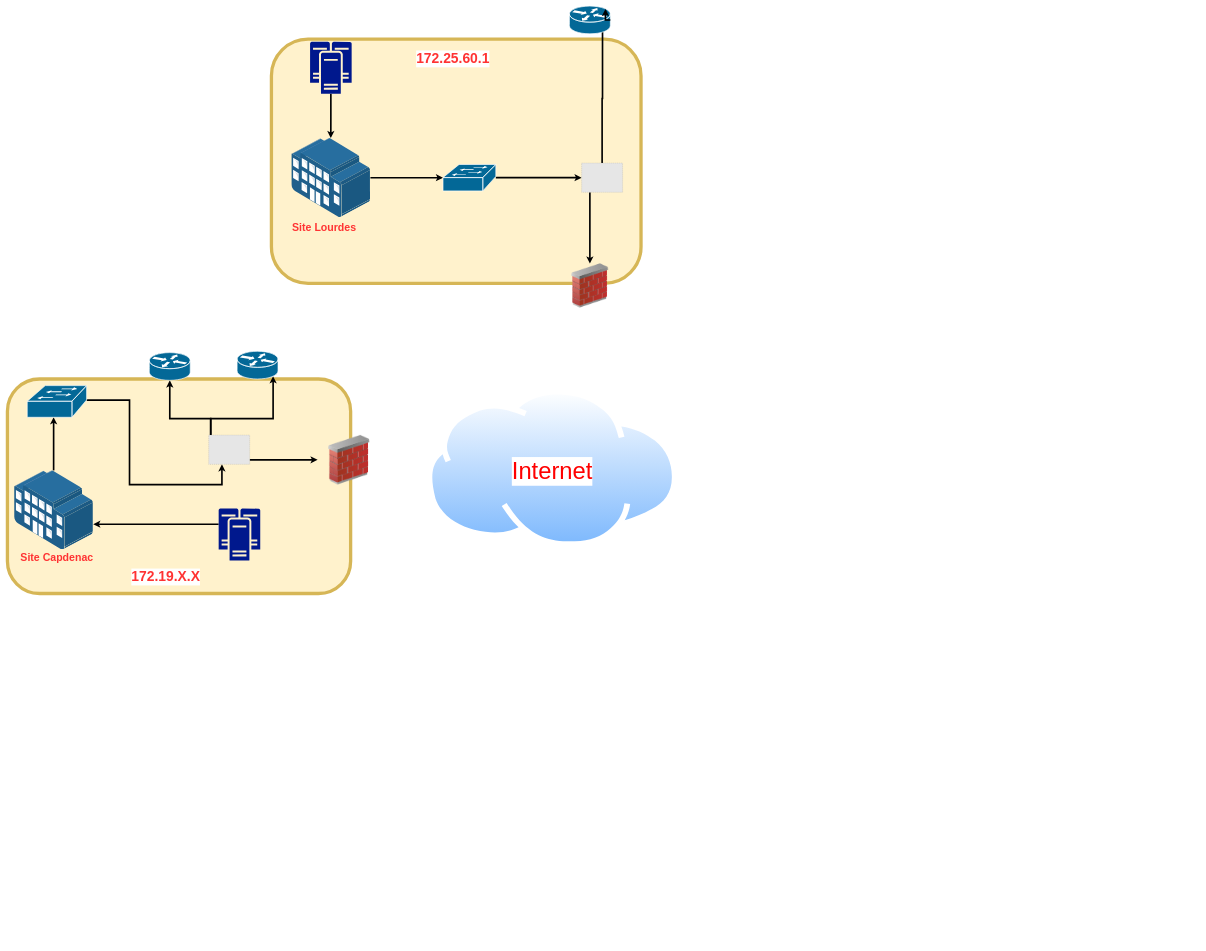
This is Topologie-Reseau-RR.drawio from TaffDEv/GitHub, a draw.io file, before an edit. Source tidied: cells renumbered, new cells numbered last; positions are measured from the earlier drawing's top-left corner, leaving out a move shared by most shapes. Both pictures are drawn from the tidied source at 33%, with x=0, y=0 at pixel (7, 6). Pictures stored in the file or linked from it are replaced by grey dashed boxes.
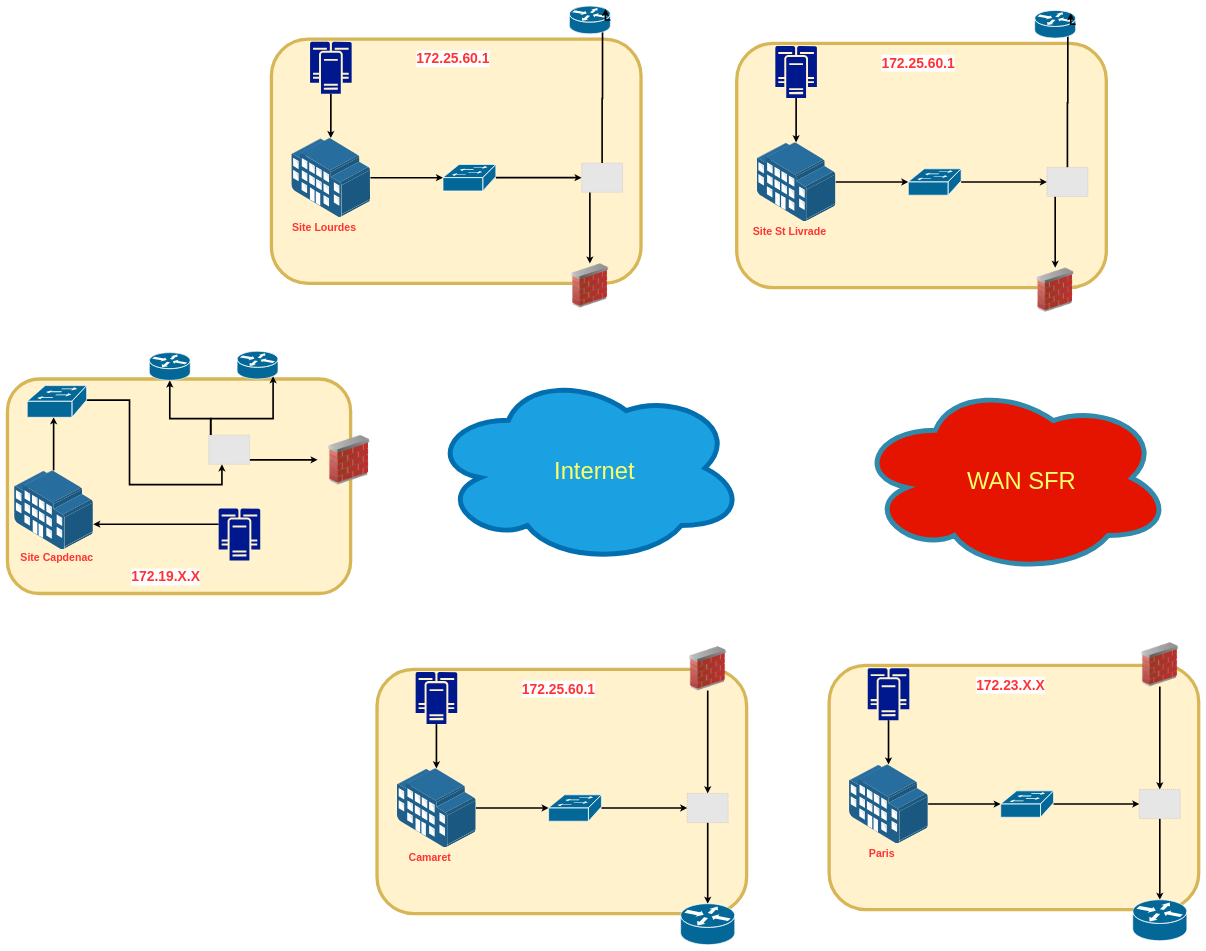
Above is the later version.

Commit message:
Update Topologie-Reseau-RR

The change refers to these unchanged cells:
```xml
<mxCell id="29" style="shape=mxgraph.cisco.routers.router;html=1;dashed=0;fillColor=#036897;strokeColor=#ffffff;strokeWidth=2;verticalLabelPosition=bottom;verticalAlign=top;align=center;outlineConnect=0;" parent="1" vertex="1">
  <mxGeometry x="1703" width="124" height="84" as="geometry" />
</mxCell>
```

Diff of the diagram source:
```diff
@@
+    <mxCell id="35" style="ellipse;shape=cloud;whiteSpace=wrap;html=1;fillColor=#e51400;strokeWidth=15;perimeterSpacing=10;fontColor=#ffffff;strokeColor=#308AAB;" parent="1" vertex="1">
+      <mxGeometry x="2573.5" y="1140" width="953" height="580" as="geometry" />
+    </mxCell>
@@
-    <mxCell id="32" style="perimeter=ellipsePerimeter;html=1;align=center;shadow=0;dashed=0;spacingTop=3;image;image=img/lib/active_directory/internet_cloud.svg;strokeWidth=10;" parent="1" vertex="1">
-      <mxGeometry x="1270" y="1160" width="761.9" height="480" as="geometry" />
-    </mxCell>
+    <mxCell id="34" style="edgeStyle=orthogonalEdgeStyle;rounded=0;orthogonalLoop=1;jettySize=auto;html=1;exitX=1;exitY=0.5;exitDx=0;exitDy=0;exitPerimeter=0;entryX=0.88;entryY=0.1;entryDx=0;entryDy=0;entryPerimeter=0;strokeWidth=5;" parent="1" edge="1" source="29" target="29">
+      <mxGeometry relative="1" as="geometry" />
+    </mxCell>
+    <mxCell id="36" style="rounded=1;whiteSpace=wrap;html=1;fillColor=#fff2cc;strokeColor=#d6b656;strokeWidth=10;" parent="1" vertex="1">
+      <mxGeometry x="2210" y="113" width="1120" height="740" as="geometry" />
+    </mxCell>
+    <mxCell id="37" style="image;html=1;image=img/lib/clip_art/networking/Firewall_02_128x128.png;strokeWidth=10;" parent="1" vertex="1">
+      <mxGeometry x="3100" y="793" width="150" height="134" as="geometry" />
+    </mxCell>
+    <mxCell id="38" style="edgeStyle=orthogonalEdgeStyle;rounded=0;jettySize=auto;html=1;strokeWidth=5;" parent="1" edge="1" source="39" target="41">
+      <mxGeometry relative="1" as="geometry" />
+    </mxCell>
+    <mxCell id="39" style="points=[];html=1;align=center;shadow=0;dashed=0;image;image=img/lib/allied_telesis/buildings/Large_Building.svg;strokeWidth=10;" parent="1" vertex="1">
+      <mxGeometry x="2270" y="413" width="240" height="240" as="geometry" />
+    </mxCell>
+    <mxCell id="40" style="edgeStyle=orthogonalEdgeStyle;rounded=0;jettySize=auto;html=1;entryX=0;entryY=0.5;entryDx=0;entryDy=0;strokeWidth=5;" parent="1" edge="1" source="41" target="44">
+      <mxGeometry relative="1" as="geometry" />
+    </mxCell>
+    <mxCell id="41" style="shape=mxgraph.cisco.switches.workgroup_switch;html=1;dashed=0;fillColor=#036897;strokeColor=#ffffff;strokeWidth=2;verticalLabelPosition=bottom;verticalAlign=top;align=center;outlineConnect=0;" parent="1" vertex="1">
+      <mxGeometry x="2730" y="493" width="160" height="80" as="geometry" />
+    </mxCell>
+    <mxCell id="42" style="edgeStyle=orthogonalEdgeStyle;rounded=0;jettySize=auto;html=1;strokeWidth=5;" parent="1" edge="1" source="44" target="37">
+      <mxGeometry relative="1" as="geometry">
+        <Array as="points">
+          <mxPoint x="3175" y="643" />
+          <mxPoint x="3175" y="643" />
+        </Array>
+      </mxGeometry>
+    </mxCell>
+    <mxCell id="43" style="edgeStyle=orthogonalEdgeStyle;rounded=0;jettySize=auto;html=1;entryX=0.809;entryY=0.635;entryDx=0;entryDy=0;entryPerimeter=0;strokeWidth=5;" parent="1" edge="1" source="44" target="47">
+      <mxGeometry relative="1" as="geometry" />
+    </mxCell>
+    <mxCell id="44" style="fillColor=#E6E6E6;strokeColor=#999999;dashed=1;verticalLabelPosition=bottom;labelBackgroundColor=#ffffff;verticalAlign=top;" parent="1" vertex="1">
+      <mxGeometry x="3150" y="488.7" width="124.1" height="88.5" as="geometry" />
+    </mxCell>
+    <mxCell id="45" style="edgeStyle=orthogonalEdgeStyle;rounded=0;jettySize=auto;html=1;strokeWidth=5;" parent="1" edge="1" source="46" target="39">
+      <mxGeometry relative="1" as="geometry" />
+    </mxCell>
+    <mxCell id="46" style="shadow=0;dashed=0;html=1;strokeColor=none;labelPosition=center;verticalLabelPosition=bottom;verticalAlign=top;align=center;fillColor=#00188D;shape=mxgraph.mscae.enterprise.cluster_server;" parent="1" vertex="1">
+      <mxGeometry x="2326.9" y="121.2" width="126.1" height="157.6" as="geometry" />
+    </mxCell>
+    <mxCell id="47" style="shape=mxgraph.cisco.routers.router;html=1;dashed=0;fillColor=#036897;strokeColor=#ffffff;strokeWidth=2;verticalLabelPosition=bottom;verticalAlign=top;align=center;outlineConnect=0;" parent="1" vertex="1">
+      <mxGeometry x="3113" y="13" width="124" height="84" as="geometry" />
+    </mxCell>
+    <mxCell id="48" value="&lt;font color=&quot;#ff3333&quot; size=&quot;1&quot;&gt;&lt;b style=&quot;font-size: 42px&quot;&gt;172.25.60.1&lt;/b&gt;&lt;/font&gt;" style="text;html=1;strokeColor=none;fillColor=none;align=center;verticalAlign=middle;whiteSpace=wrap;rounded=0;labelBackgroundColor=#FFFFFF;" parent="1" vertex="1">
+      <mxGeometry x="2610" y="163" width="300" height="20" as="geometry" />
+    </mxCell>
+    <mxCell id="49" value="&lt;font style=&quot;font-size: 32px&quot; color=&quot;#ff3333&quot;&gt;&lt;b&gt;Site St Livrade&lt;/b&gt;&lt;/font&gt;" style="text;html=1;strokeColor=none;fillColor=none;align=center;verticalAlign=middle;whiteSpace=wrap;rounded=0;" parent="1" vertex="1">
+      <mxGeometry x="2220" y="673" width="300" height="20" as="geometry" />
+    </mxCell>
+    <mxCell id="50" style="edgeStyle=orthogonalEdgeStyle;rounded=0;orthogonalLoop=1;jettySize=auto;html=1;exitX=1;exitY=0.5;exitDx=0;exitDy=0;exitPerimeter=0;entryX=0.88;entryY=0.1;entryDx=0;entryDy=0;entryPerimeter=0;strokeWidth=5;" parent="1" edge="1" source="47" target="47">
+      <mxGeometry relative="1" as="geometry" />
+    </mxCell>
+    <mxCell id="51" style="rounded=1;whiteSpace=wrap;html=1;fillColor=#fff2cc;strokeColor=#d6b656;strokeWidth=10;" parent="1" vertex="1">
+      <mxGeometry x="1120" y="2010" width="1120" height="740" as="geometry" />
+    </mxCell>
+    <mxCell id="52" style="edgeStyle=orthogonalEdgeStyle;rounded=0;jettySize=auto;html=1;strokeWidth=5;" parent="1" edge="1" source="53" target="59">
+      <mxGeometry relative="1" as="geometry" />
+    </mxCell>
+    <mxCell id="53" style="image;html=1;image=img/lib/clip_art/networking/Firewall_02_128x128.png;strokeWidth=10;" parent="1" vertex="1">
+      <mxGeometry x="2047.1" y="1940" width="150" height="134" as="geometry" />
+    </mxCell>
+    <mxCell id="54" style="edgeStyle=orthogonalEdgeStyle;rounded=0;jettySize=auto;html=1;strokeWidth=5;" parent="1" edge="1" source="55" target="57">
+      <mxGeometry relative="1" as="geometry" />
+    </mxCell>
+    <mxCell id="55" style="points=[];html=1;align=center;shadow=0;dashed=0;image;image=img/lib/allied_telesis/buildings/Large_Building.svg;strokeWidth=10;" parent="1" vertex="1">
+      <mxGeometry x="1180" y="2310" width="240" height="240" as="geometry" />
+    </mxCell>
+    <mxCell id="56" style="edgeStyle=orthogonalEdgeStyle;rounded=0;jettySize=auto;html=1;entryX=0;entryY=0.5;entryDx=0;entryDy=0;strokeWidth=5;" parent="1" edge="1" source="57" target="59">
+      <mxGeometry relative="1" as="geometry" />
+    </mxCell>
+    <mxCell id="57" style="shape=mxgraph.cisco.switches.workgroup_switch;html=1;dashed=0;fillColor=#036897;strokeColor=#ffffff;strokeWidth=2;verticalLabelPosition=bottom;verticalAlign=top;align=center;outlineConnect=0;" parent="1" vertex="1">
+      <mxGeometry x="1640" y="2390" width="160" height="80" as="geometry" />
+    </mxCell>
+    <mxCell id="58" style="edgeStyle=orthogonalEdgeStyle;rounded=0;jettySize=auto;html=1;strokeWidth=5;" parent="1" edge="1" source="59" target="62">
+      <mxGeometry relative="1" as="geometry" />
+    </mxCell>
+    <mxCell id="59" style="fillColor=#E6E6E6;strokeColor=#999999;dashed=1;verticalLabelPosition=bottom;labelBackgroundColor=#ffffff;verticalAlign=top;" parent="1" vertex="1">
+      <mxGeometry x="2060" y="2385.7" width="124.1" height="88.5" as="geometry" />
+    </mxCell>
+    <mxCell id="60" style="edgeStyle=orthogonalEdgeStyle;rounded=0;jettySize=auto;html=1;strokeWidth=5;" parent="1" edge="1" source="61" target="55">
+      <mxGeometry relative="1" as="geometry" />
+    </mxCell>
+    <mxCell id="61" style="shadow=0;dashed=0;html=1;strokeColor=none;labelPosition=center;verticalLabelPosition=bottom;verticalAlign=top;align=center;fillColor=#00188D;shape=mxgraph.mscae.enterprise.cluster_server;" parent="1" vertex="1">
+      <mxGeometry x="1236.9" y="2018.2" width="126.1" height="157.6" as="geometry" />
+    </mxCell>
+    <mxCell id="62" style="shape=mxgraph.cisco.routers.router;html=1;dashed=0;fillColor=#036897;strokeColor=#ffffff;strokeWidth=2;verticalLabelPosition=bottom;verticalAlign=top;align=center;outlineConnect=0;" parent="1" vertex="1">
+      <mxGeometry x="2040.1" y="2720" width="164" height="124" as="geometry" />
+    </mxCell>
+    <mxCell id="63" value="&lt;font color=&quot;#ff3333&quot; size=&quot;1&quot;&gt;&lt;b style=&quot;font-size: 42px&quot;&gt;172.25.60.1&lt;/b&gt;&lt;/font&gt;" style="text;html=1;strokeColor=none;fillColor=none;align=center;verticalAlign=middle;whiteSpace=wrap;rounded=0;labelBackgroundColor=#FFFFFF;" parent="1" vertex="1">
+      <mxGeometry x="1520" y="2060" width="300" height="20" as="geometry" />
+    </mxCell>
+    <mxCell id="64" value="&lt;font style=&quot;font-size: 32px&quot; color=&quot;#ff3333&quot;&gt;&lt;b&gt;Camaret&lt;/b&gt;&lt;/font&gt;" style="text;html=1;strokeColor=none;fillColor=none;align=center;verticalAlign=middle;whiteSpace=wrap;rounded=0;" parent="1" vertex="1">
+      <mxGeometry x="1130" y="2570" width="300" height="20" as="geometry" />
+    </mxCell>
+    <mxCell id="65" style="rounded=1;whiteSpace=wrap;html=1;fillColor=#fff2cc;strokeColor=#d6b656;strokeWidth=10;" parent="1" vertex="1">
+      <mxGeometry x="2490" y="1998" width="1120" height="740" as="geometry" />
+    </mxCell>
+    <mxCell id="66" style="edgeStyle=orthogonalEdgeStyle;rounded=0;jettySize=auto;html=1;strokeWidth=5;" parent="1" edge="1" source="67" target="73">
+      <mxGeometry relative="1" as="geometry" />
+    </mxCell>
+    <mxCell id="67" style="image;html=1;image=img/lib/clip_art/networking/Firewall_02_128x128.png;strokeWidth=10;" parent="1" vertex="1">
+      <mxGeometry x="3417.1" y="1928" width="150" height="134" as="geometry" />
+    </mxCell>
+    <mxCell id="68" style="edgeStyle=orthogonalEdgeStyle;rounded=0;jettySize=auto;html=1;strokeWidth=5;" parent="1" edge="1" source="69" target="71">
+      <mxGeometry relative="1" as="geometry" />
+    </mxCell>
+    <mxCell id="69" style="points=[];html=1;align=center;shadow=0;dashed=0;image;image=img/lib/allied_telesis/buildings/Large_Building.svg;strokeWidth=10;" parent="1" vertex="1">
+      <mxGeometry x="2550" y="2298" width="240" height="240" as="geometry" />
+    </mxCell>
+    <mxCell id="70" style="edgeStyle=orthogonalEdgeStyle;rounded=0;jettySize=auto;html=1;entryX=0;entryY=0.5;entryDx=0;entryDy=0;strokeWidth=5;" parent="1" edge="1" source="71" target="73">
+      <mxGeometry relative="1" as="geometry" />
+    </mxCell>
+    <mxCell id="71" style="shape=mxgraph.cisco.switches.workgroup_switch;html=1;dashed=0;fillColor=#036897;strokeColor=#ffffff;strokeWidth=2;verticalLabelPosition=bottom;verticalAlign=top;align=center;outlineConnect=0;" parent="1" vertex="1">
+      <mxGeometry x="3010" y="2378" width="160" height="80" as="geometry" />
+    </mxCell>
+    <mxCell id="72" style="edgeStyle=orthogonalEdgeStyle;rounded=0;jettySize=auto;html=1;strokeWidth=5;" parent="1" edge="1" source="73" target="76">
+      <mxGeometry relative="1" as="geometry" />
+    </mxCell>
+    <mxCell id="73" style="fillColor=#E6E6E6;strokeColor=#999999;dashed=1;verticalLabelPosition=bottom;labelBackgroundColor=#ffffff;verticalAlign=top;" parent="1" vertex="1">
+      <mxGeometry x="3430" y="2373.7" width="124.1" height="88.5" as="geometry" />
+    </mxCell>
+    <mxCell id="74" style="edgeStyle=orthogonalEdgeStyle;rounded=0;jettySize=auto;html=1;strokeWidth=5;" parent="1" edge="1" source="75" target="69">
+      <mxGeometry relative="1" as="geometry" />
+    </mxCell>
+    <mxCell id="75" style="shadow=0;dashed=0;html=1;strokeColor=none;labelPosition=center;verticalLabelPosition=bottom;verticalAlign=top;align=center;fillColor=#00188D;shape=mxgraph.mscae.enterprise.cluster_server;" parent="1" vertex="1">
+      <mxGeometry x="2606.9" y="2006.2" width="126.1" height="157.6" as="geometry" />
+    </mxCell>
+    <mxCell id="76" style="shape=mxgraph.cisco.routers.router;html=1;dashed=0;fillColor=#036897;strokeColor=#ffffff;strokeWidth=2;verticalLabelPosition=bottom;verticalAlign=top;align=center;outlineConnect=0;" parent="1" vertex="1">
+      <mxGeometry x="3410.1" y="2708" width="164" height="124" as="geometry" />
+    </mxCell>
+    <mxCell id="77" value="&lt;font color=&quot;#ff3333&quot; size=&quot;1&quot;&gt;&lt;b style=&quot;font-size: 42px&quot;&gt;172.23.X.X&lt;/b&gt;&lt;/font&gt;" style="text;html=1;strokeColor=none;fillColor=none;align=center;verticalAlign=middle;whiteSpace=wrap;rounded=0;labelBackgroundColor=#FFFFFF;" parent="1" vertex="1">
+      <mxGeometry x="2890" y="2048" width="300" height="20" as="geometry" />
+    </mxCell>
+    <mxCell id="78" value="&lt;font style=&quot;font-size: 32px&quot; color=&quot;#ff3333&quot;&gt;&lt;b&gt;Paris&lt;/b&gt;&lt;/font&gt;" style="text;html=1;strokeColor=none;fillColor=none;align=center;verticalAlign=middle;whiteSpace=wrap;rounded=0;" parent="1" vertex="1">
+      <mxGeometry x="2500" y="2558" width="300" height="20" as="geometry" />
+    </mxCell>
+    <mxCell id="79" value="&lt;font style=&quot;font-size: 72px&quot;&gt;WAN SFR&lt;/font&gt;" style="text;html=1;strokeColor=none;fillColor=none;align=center;verticalAlign=middle;whiteSpace=wrap;rounded=0;labelBackgroundColor=none;fontColor=#FFFF66;" parent="1" vertex="1">
+      <mxGeometry x="2871.5" y="1390" width="402" height="100" as="geometry" />
+    </mxCell>
+    <mxCell id="80" style="ellipse;shape=cloud;whiteSpace=wrap;html=1;fillColor=#1ba1e2;strokeWidth=15;perimeterSpacing=10;fontColor=#ffffff;strokeColor=#006EAF;" parent="1" vertex="1">
+      <mxGeometry x="1280" y="1110" width="953" height="580" as="geometry" />
+    </mxCell>
-    <mxCell id="33" value="&lt;font style=&quot;font-size: 72px&quot; color=&quot;#ff0000&quot;&gt;Internet&lt;/font&gt;" style="text;html=1;strokeColor=none;fillColor=none;align=center;verticalAlign=middle;whiteSpace=wrap;rounded=0;labelBackgroundColor=#FFFFFF;" parent="1" vertex="1">
-      <mxGeometry x="1631" y="1400" width="40" height="20" as="geometry" />
+    <mxCell id="33" value="&lt;font style=&quot;font-size: 72px&quot;&gt;Internet&lt;/font&gt;" style="text;html=1;strokeColor=none;fillColor=none;align=center;verticalAlign=middle;whiteSpace=wrap;rounded=0;labelBackgroundColor=none;fontColor=#FFFF66;" parent="1" vertex="1">
+      <mxGeometry x="1578" y="1360" width="402" height="100" as="geometry" />
     </mxCell>
-    <mxCell id="34" style="edgeStyle=orthogonalEdgeStyle;rounded=0;orthogonalLoop=1;jettySize=auto;html=1;exitX=1;exitY=0.5;exitDx=0;exitDy=0;exitPerimeter=0;entryX=0.88;entryY=0.1;entryDx=0;entryDy=0;entryPerimeter=0;strokeWidth=5;" parent="1" edge="1" source="29" target="29">
-      <mxGeometry relative="1" as="geometry" />
-    </mxCell>
```
